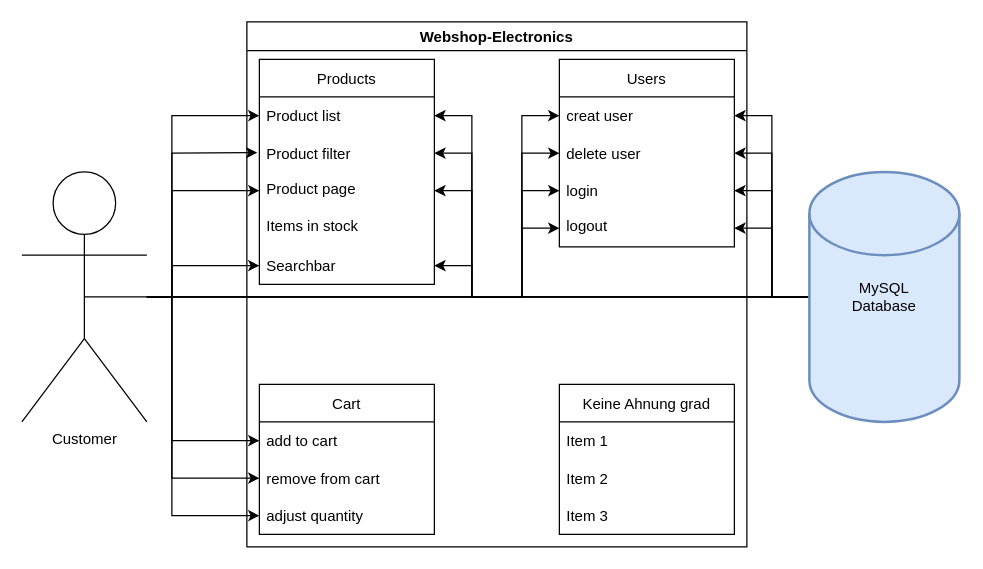
Serpant4632/webshop-electronics keeps this draw.io diagram as Anforderungen.drawio. Above is the earlier version. Source tidied: cells renumbered, new cells numbered last; positions are measured from the earlier drawing's top-left corner, leaving out a move shared by most shapes. Both pictures are drawn from the tidied source at 125%, with x=0, y=0 at pixel (21, 21).
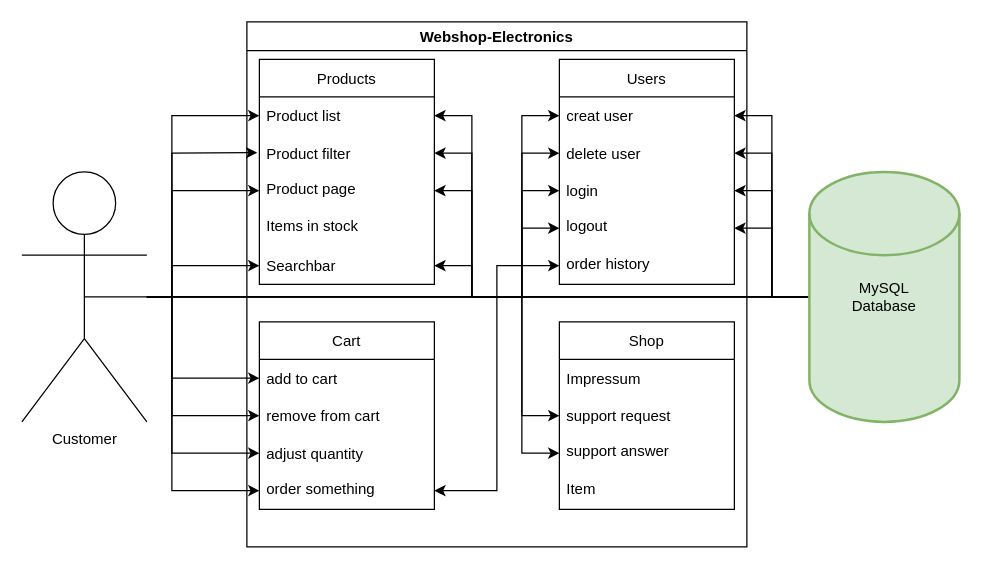
Above is the later version.

The change refers to these unchanged cells:
```xml
<mxCell id="2" value="Webshop-Electronics" style="swimlane;" parent="1" vertex="1">
  <mxGeometry x="180" width="400" height="420" as="geometry" />
</mxCell>
<mxCell id="4" value="add to cart  " style="text;strokeColor=none;fillColor=none;align=left;verticalAlign=middle;spacingLeft=4;spacingRight=4;overflow=hidden;points=[[0,0.5],[1,0.5]];portConstraint=eastwest;" parent="3" vertex="1">
  <mxGeometry y="30" width="140" height="30" as="geometry" />
</mxCell>
<mxCell id="5" value="remove from cart" style="text;strokeColor=none;fillColor=none;align=left;verticalAlign=middle;spacingLeft=4;spacingRight=4;overflow=hidden;points=[[0,0.5],[1,0.5]];portConstraint=eastwest;" parent="3" vertex="1">
  <mxGeometry y="60" width="140" height="30" as="geometry" />
</mxCell>
<mxCell id="6" value="adjust quantity" style="text;strokeColor=none;fillColor=none;align=left;verticalAlign=middle;spacingLeft=4;spacingRight=4;overflow=hidden;points=[[0,0.5],[1,0.5]];portConstraint=eastwest;" parent="3" vertex="1">
  <mxGeometry y="90" width="140" height="30" as="geometry" />
</mxCell>
<mxCell id="41" value="Customer" style="shape=umlActor;verticalLabelPosition=bottom;verticalAlign=top;html=1;outlineConnect=0;" parent="1" vertex="1">
  <mxGeometry y="120" width="100" height="200" as="geometry" />
</mxCell>
```

What changed in the source:
```diff
@@
     <mxCell id="3" value="Cart" style="swimlane;fontStyle=0;horizontal=1;startSize=30;" parent="2" vertex="1">
-      <mxGeometry x="10" y="290" width="140" height="120" as="geometry" />
+      <mxGeometry x="10" y="240" width="140" height="150" as="geometry" />
     </mxCell>
@@
+    <mxCell id="43" value="order something" style="text;strokeColor=none;fillColor=none;spacingLeft=4;spacingRight=4;overflow=hidden;points=[[0,0.5],[1,0.5]];portConstraint=eastwest;fontSize=12;" parent="3" vertex="1">
+      <mxGeometry y="120" width="140" height="30" as="geometry" />
+    </mxCell>
@@
     <mxCell id="13" value="Users" style="swimlane;fontStyle=0;horizontal=1;startSize=30;" parent="2" vertex="1">
-      <mxGeometry x="250" y="30" width="140" height="150" as="geometry" />
+      <mxGeometry x="250" y="30" width="140" height="180" as="geometry" />
     </mxCell>
@@
+    <mxCell id="44" value="order history" style="text;strokeColor=none;fillColor=none;spacingLeft=4;spacingRight=4;overflow=hidden;points=[[0,0.5],[1,0.5]];portConstraint=eastwest;fontSize=12;" parent="13" vertex="1">
+      <mxGeometry y="150" width="140" height="30" as="geometry" />
+    </mxCell>
-    <mxCell id="18" value="Keine Ahnung grad" style="swimlane;fontStyle=0;horizontal=1;startSize=30;" parent="2" vertex="1">
-      <mxGeometry x="250" y="290" width="140" height="120" as="geometry" />
+    <mxCell id="18" value="Shop" style="swimlane;fontStyle=0;horizontal=1;startSize=30;" parent="2" vertex="1">
+      <mxGeometry x="250" y="240" width="140" height="150" as="geometry" />
     </mxCell>
-    <mxCell id="19" value="Item 1" style="text;strokeColor=none;fillColor=none;align=left;verticalAlign=middle;spacingLeft=4;spacingRight=4;overflow=hidden;" parent="18" vertex="1">
+    <mxCell id="19" value="Impressum" style="text;strokeColor=none;fillColor=none;align=left;verticalAlign=middle;spacingLeft=4;spacingRight=4;overflow=hidden;" parent="18" vertex="1">
       <mxGeometry y="30" width="140" height="30" as="geometry" />
     </mxCell>
-    <mxCell id="20" value="Item 2" style="text;strokeColor=none;fillColor=none;align=left;verticalAlign=middle;spacingLeft=4;spacingRight=4;overflow=hidden;points=[[0,0.5],[1,0.5]];portConstraint=eastwest;" parent="18" vertex="1">
+    <mxCell id="20" value="support request" style="text;strokeColor=none;fillColor=none;align=left;verticalAlign=middle;spacingLeft=4;spacingRight=4;overflow=hidden;points=[[0,0.5],[1,0.5]];portConstraint=eastwest;" parent="18" vertex="1">
       <mxGeometry y="60" width="140" height="30" as="geometry" />
     </mxCell>
-    <mxCell id="21" value="Item 3" style="text;strokeColor=none;fillColor=none;align=left;verticalAlign=middle;spacingLeft=4;spacingRight=4;overflow=hidden;" parent="18" vertex="1">
-      <mxGeometry y="90" width="140" height="30" as="geometry" />
-    </mxCell>
+    <mxCell id="45" value="support answer" style="text;strokeColor=none;fillColor=none;spacingLeft=4;spacingRight=4;overflow=hidden;points=[[0,0.5],[1,0.5]];portConstraint=eastwest;fontSize=12;" parent="18" vertex="1">
+      <mxGeometry y="90" width="140" height="30" as="geometry" />
+    </mxCell>
+    <mxCell id="46" value="Item" style="text;strokeColor=none;fillColor=none;spacingLeft=4;spacingRight=4;overflow=hidden;fontSize=12;" parent="18" vertex="1">
+      <mxGeometry y="120" width="140" height="30" as="geometry" />
+    </mxCell>
+    <mxCell id="47" style="endArrow=classic;startArrow=classic;html=1;rounded=0;entryX=0;entryY=0.5;entryDx=0;entryDy=0;exitX=1;exitY=0.5;exitDx=0;exitDy=0;" parent="2" edge="1" source="43" target="44">
+      <mxGeometry relative="1" as="geometry">
+        <Array as="points">
+          <mxPoint x="200" y="375" />
+          <mxPoint x="200" y="195" />
+        </Array>
+      </mxGeometry>
+    </mxCell>
@@
-    <mxCell id="30" value="MySQL&lt;br&gt;Database" style="strokeWidth=2;html=1;shape=mxgraph.flowchart.database;whiteSpace=wrap;fillColor=#dae8fc;strokeColor=#6c8ebf;" parent="1" vertex="1">
+    <mxCell id="30" value="MySQL&lt;br&gt;Database" style="strokeWidth=2;html=1;shape=mxgraph.flowchart.database;whiteSpace=wrap;fillColor=#d5e8d4;strokeColor=#82b366;" parent="1" vertex="1">
       <mxGeometry x="630" y="120" width="120" height="200" as="geometry" />
     </mxCell>
@@
     <mxCell id="34" style="edgeStyle=orthogonalEdgeStyle;rounded=0;jettySize=auto;html=1;entryX=0;entryY=0.5;entryDx=0;entryDy=0;" parent="1" edge="1" source="41" target="4">
       <mxGeometry relative="1" as="geometry">
         <Array as="points">
           <mxPoint x="120" y="220" />
-          <mxPoint x="120" y="335" />
+          <mxPoint x="120" y="285" />
         </Array>
       </mxGeometry>
     </mxCell>
     <mxCell id="35" style="edgeStyle=orthogonalEdgeStyle;rounded=0;jettySize=auto;html=1;entryX=0;entryY=0.5;entryDx=0;entryDy=0;" parent="1" edge="1" source="41" target="6">
       <mxGeometry relative="1" as="geometry">
         <Array as="points">
           <mxPoint x="120" y="220" />
-          <mxPoint x="120" y="395" />
+          <mxPoint x="120" y="345" />
         </Array>
       </mxGeometry>
     </mxCell>
     <mxCell id="36" style="edgeStyle=orthogonalEdgeStyle;rounded=0;jettySize=auto;html=1;entryX=0;entryY=0.5;entryDx=0;entryDy=0;" parent="1" edge="1" source="41" target="5">
       <mxGeometry relative="1" as="geometry">
         <Array as="points">
           <mxPoint x="120" y="220" />
-          <mxPoint x="120" y="365" />
+          <mxPoint x="120" y="315" />
         </Array>
       </mxGeometry>
     </mxCell>
@@
+    <mxCell id="48" style="edgeStyle=orthogonalEdgeStyle;rounded=0;orthogonalLoop=1;jettySize=auto;html=1;entryX=0;entryY=0.5;entryDx=0;entryDy=0;" parent="1" edge="1">
+      <mxGeometry relative="1" as="geometry">
+        <mxPoint x="120" y="220" as="sourcePoint" />
+        <mxPoint x="190" y="375" as="targetPoint" />
+        <Array as="points">
+          <mxPoint x="120" y="250" />
+          <mxPoint x="120" y="375" />
+        </Array>
+      </mxGeometry>
+    </mxCell>
+    <mxCell id="49" style="endArrow=classic;html=1;rounded=0;entryX=0;entryY=0.5;entryDx=0;entryDy=0;" parent="1" edge="1" target="20">
+      <mxGeometry relative="1" as="geometry">
+        <mxPoint x="400" y="220" as="sourcePoint" />
+        <Array as="points">
+          <mxPoint x="400" y="315" />
+        </Array>
+      </mxGeometry>
+    </mxCell>
+    <mxCell id="50" style="endArrow=classic;html=1;rounded=0;entryX=0;entryY=0.5;entryDx=0;entryDy=0;" parent="1" edge="1" target="45">
+      <mxGeometry relative="1" as="geometry">
+        <mxPoint x="400" y="220" as="sourcePoint" />
+        <Array as="points">
+          <mxPoint x="400" y="345" />
+        </Array>
+      </mxGeometry>
+    </mxCell>
```
